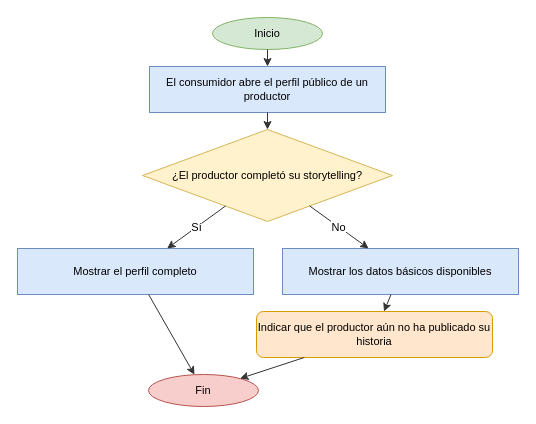
This is page "HU-032 · Comprador ve perfil incompleto" (8 of 23) of docs/sena/diagramas/AgroConecta_Diagramas_de_Flujo.drawio from diegomorelohenao-dot/Ducument_Agroconecta, a draw.io file, before an edit. Source tidied: cells renumbered, new cells numbered last; positions are measured from the earlier drawing's top-left corner, leaving out a move shared by most shapes. Both pictures are drawn from the tidied source at 100%, with x=0, y=0 at pixel (17, 17).
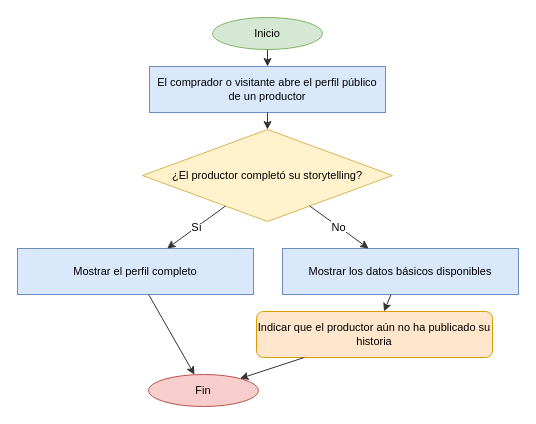
The same diagram, later.

Commit message (it also covers changes not shown here):
docs: unificar 'comprador' en los diagramas de flujo (HU-033 Calificar al comprador)

Diff of the diagram source:
```diff
@@
 <mxGraphModel>
   <root>
     <mxCell id="0" />
     <mxCell id="1" parent="0" />
     <mxCell id="2" value="Inicio" style="ellipse;whiteSpace=wrap;html=1;fillColor=#d5e8d4;strokeColor=#82b366;fontSize=11;" parent="1" vertex="1">
       <mxGeometry x="195" width="110" height="32" as="geometry" />
     </mxCell>
-    <mxCell id="3" value="El consumidor abre el perfil público de un productor" style="rounded=0;whiteSpace=wrap;html=1;fillColor=#dae8fc;strokeColor=#6c8ebf;fontSize=11;" parent="1" vertex="1">
+    <mxCell id="3" value="El comprador o visitante abre el perfil público de un productor" style="rounded=0;whiteSpace=wrap;html=1;fillColor=#dae8fc;strokeColor=#6c8ebf;fontSize=11;" parent="1" vertex="1">
       <mxGeometry x="132" y="49" width="236" height="46" as="geometry" />
     </mxCell>
     <mxCell id="4" value="¿El productor completó su storytelling?" style="rhombus;whiteSpace=wrap;html=1;fillColor=#fff2cc;strokeColor=#d6b656;fontSize=11;" parent="1" vertex="1">
       <mxGeometry x="125" y="112" width="250" height="92" as="geometry" />
     </mxCell>
     <mxCell id="5" value="Mostrar el perfil completo" style="rounded=0;whiteSpace=wrap;html=1;fillColor=#dae8fc;strokeColor=#6c8ebf;fontSize=11;" parent="1" vertex="1">
       <mxGeometry y="231" width="236" height="46" as="geometry" />
     </mxCell>
     <mxCell id="6" value="Mostrar los datos básicos disponibles" style="rounded=0;whiteSpace=wrap;html=1;fillColor=#dae8fc;strokeColor=#6c8ebf;fontSize=11;" parent="1" vertex="1">
       <mxGeometry x="265" y="231" width="236" height="46" as="geometry" />
     </mxCell>
     <mxCell id="7" value="Indicar que el productor aún no ha publicado su historia" style="rounded=1;whiteSpace=wrap;html=1;fillColor=#ffe6cc;strokeColor=#d79b00;fontSize=11;" parent="1" vertex="1">
       <mxGeometry x="239" y="294" width="236" height="46" as="geometry" />
     </mxCell>
     <mxCell id="8" value="Fin" style="ellipse;whiteSpace=wrap;html=1;fillColor=#f8cecc;strokeColor=#b85450;fontSize=11;" parent="1" vertex="1">
       <mxGeometry x="131" y="357" width="110" height="32" as="geometry" />
     </mxCell>
     <mxCell id="9" style="endArrow=classic;html=1;rounded=0;edgeStyle=none;strokeColor=#333333;fontSize=11;labelBackgroundColor=#ffffff;" parent="1" edge="1" source="2" target="3">
       <mxGeometry relative="1" as="geometry" />
     </mxCell>
     <mxCell id="10" style="endArrow=classic;html=1;rounded=0;edgeStyle=none;strokeColor=#333333;fontSize=11;labelBackgroundColor=#ffffff;" parent="1" edge="1" source="3" target="4">
       <mxGeometry relative="1" as="geometry" />
     </mxCell>
     <mxCell id="11" value="Sí" style="endArrow=classic;html=1;rounded=0;edgeStyle=none;strokeColor=#333333;fontSize=11;labelBackgroundColor=#ffffff;" parent="1" edge="1" source="4" target="5">
       <mxGeometry relative="1" as="geometry" />
     </mxCell>
     <mxCell id="12" value="No" style="endArrow=classic;html=1;rounded=0;edgeStyle=none;strokeColor=#333333;fontSize=11;labelBackgroundColor=#ffffff;" parent="1" edge="1" source="4" target="6">
       <mxGeometry relative="1" as="geometry" />
     </mxCell>
     <mxCell id="13" style="endArrow=classic;html=1;rounded=0;edgeStyle=none;strokeColor=#333333;fontSize=11;labelBackgroundColor=#ffffff;" parent="1" edge="1" source="6" target="7">
       <mxGeometry relative="1" as="geometry" />
     </mxCell>
     <mxCell id="14" style="endArrow=classic;html=1;rounded=0;edgeStyle=none;strokeColor=#333333;fontSize=11;labelBackgroundColor=#ffffff;" parent="1" edge="1" source="5" target="8">
       <mxGeometry relative="1" as="geometry" />
     </mxCell>
     <mxCell id="15" style="endArrow=classic;html=1;rounded=0;edgeStyle=none;strokeColor=#333333;fontSize=11;labelBackgroundColor=#ffffff;" parent="1" edge="1" source="7" target="8">
       <mxGeometry relative="1" as="geometry" />
     </mxCell>
   </root>
 </mxGraphModel>
```
